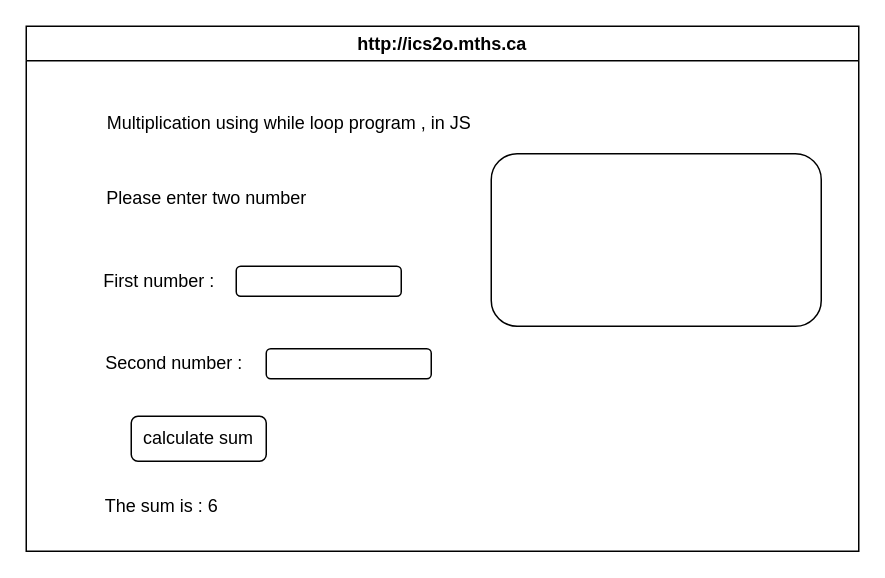
hai-tran-2/ICD2O-Unit-6-01-hai-tran-2 keeps this draw.io diagram as design/storyboard.drawio. Above is the earlier version. Source tidied: cells renumbered, new cells numbered last; positions are measured from the earlier drawing's top-left corner, leaving out a move shared by most shapes. Both pictures are drawn from the tidied source at 150%, with x=0, y=0 at pixel (26, 26).
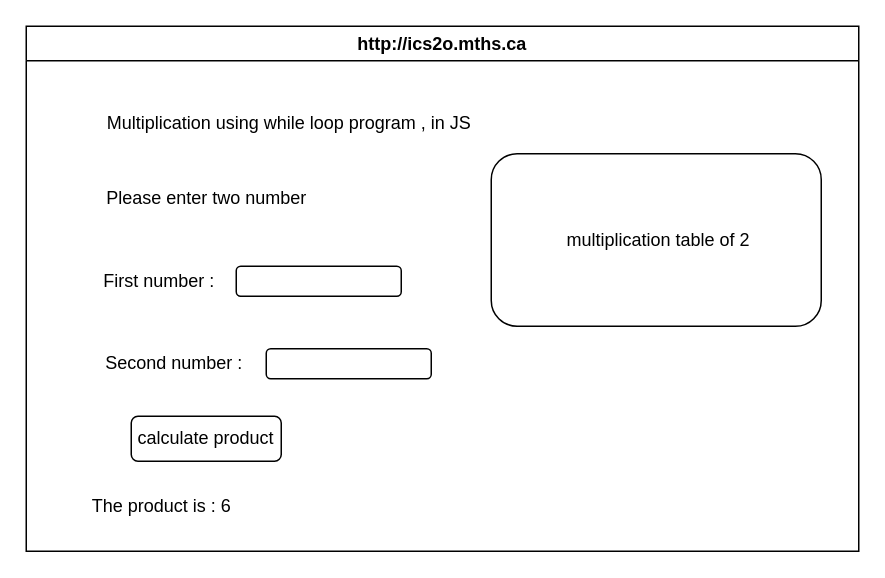
Above is the later version.

The edit, as a diff of the source:
```diff
@@
 <mxGraphModel>
   <root>
     <mxCell id="0" />
     <mxCell id="1" parent="0" />
     <mxCell id="2" value="http://ics2o.mths.ca" style="swimlane;whiteSpace=wrap;html=1;" parent="1" vertex="1">
       <mxGeometry width="555" height="350" as="geometry" />
     </mxCell>
     <mxCell id="3" value="Multiplication using while loop program , in JS" style="text;html=1;align=center;verticalAlign=middle;strokeColor=none;fillColor=none;" parent="2" vertex="1">
       <mxGeometry x="40" y="50" width="270" height="30" as="geometry" />
     </mxCell>
     <mxCell id="4" value="Please enter two number" style="text;html=1;align=center;verticalAlign=middle;strokeColor=none;fillColor=none;" parent="2" vertex="1">
       <mxGeometry x="40" y="100" width="160" height="30" as="geometry" />
     </mxCell>
     <mxCell id="5" value="First number :&amp;nbsp;" style="text;html=1;align=center;verticalAlign=middle;strokeColor=none;fillColor=none;" parent="2" vertex="1">
       <mxGeometry x="40" y="155" width="100" height="30" as="geometry" />
     </mxCell>
     <mxCell id="6" value="Second number :&amp;nbsp;" style="text;html=1;align=center;verticalAlign=middle;strokeColor=none;fillColor=none;" parent="2" vertex="1">
       <mxGeometry x="40" y="210" width="120" height="30" as="geometry" />
     </mxCell>
     <mxCell id="7" style="rounded=1;whiteSpace=wrap;html=1;" parent="2" vertex="1">
       <mxGeometry x="140" y="160" width="110" height="20" as="geometry" />
     </mxCell>
     <mxCell id="8" style="rounded=1;whiteSpace=wrap;html=1;" parent="2" vertex="1">
       <mxGeometry x="160" y="215" width="110" height="20" as="geometry" />
     </mxCell>
-    <mxCell id="9" value="calculate sum" style="rounded=1;whiteSpace=wrap;html=1;" parent="2" vertex="1">
-      <mxGeometry x="70" y="260" width="90" height="30" as="geometry" />
+    <mxCell id="9" value="calculate product" style="rounded=1;whiteSpace=wrap;html=1;" parent="2" vertex="1">
+      <mxGeometry x="70" y="260" width="100" height="30" as="geometry" />
     </mxCell>
-    <mxCell id="10" value="The sum is : 6" style="text;html=1;align=center;verticalAlign=middle;strokeColor=none;fillColor=none;" parent="2" vertex="1">
-      <mxGeometry x="40" y="305" width="100" height="30" as="geometry" />
+    <mxCell id="10" value="The product is : 6" style="text;html=1;align=center;verticalAlign=middle;strokeColor=none;fillColor=none;" parent="2" vertex="1">
+      <mxGeometry x="30" y="305" width="120" height="30" as="geometry" />
     </mxCell>
-    <mxCell id="11" style="rounded=1;whiteSpace=wrap;html=1;" parent="2" vertex="1">
+    <mxCell id="11" value="&amp;nbsp;multiplication table of 2" style="rounded=1;whiteSpace=wrap;html=1;" parent="2" vertex="1">
       <mxGeometry x="310" y="85" width="220" height="115" as="geometry" />
     </mxCell>
   </root>
 </mxGraphModel>
```
